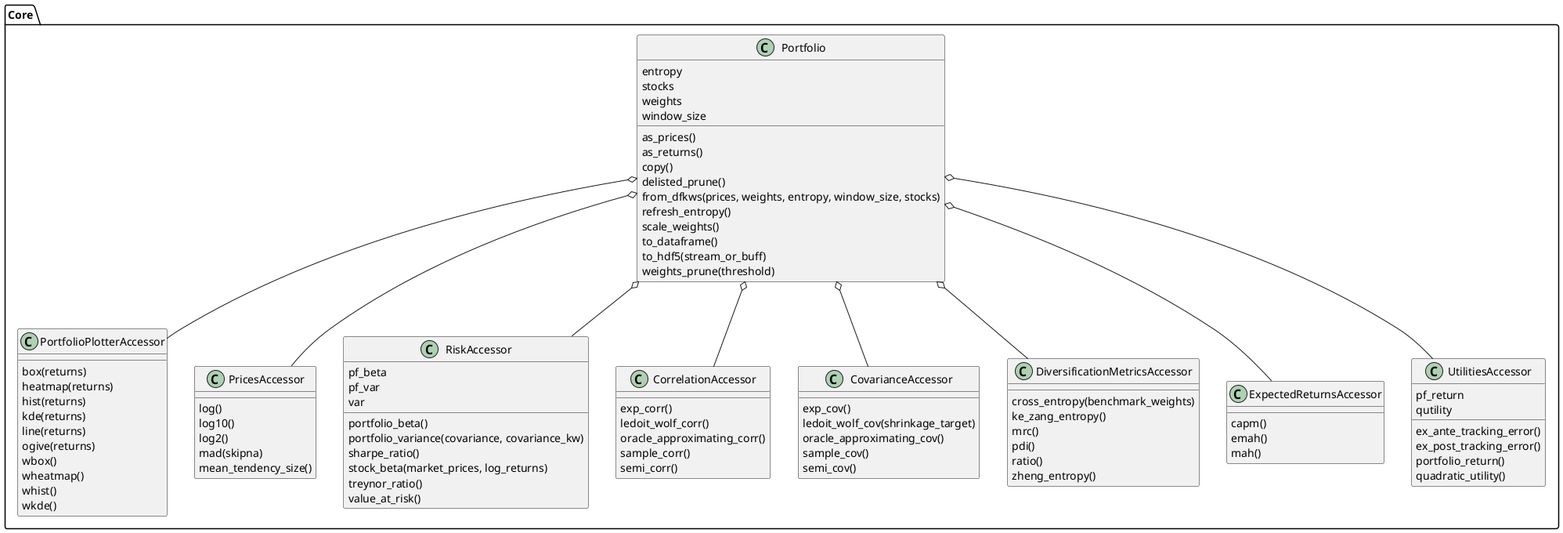
Earlier version of the PlantUML export assets/diagrams/classes_core.png (quatrope/garpar).
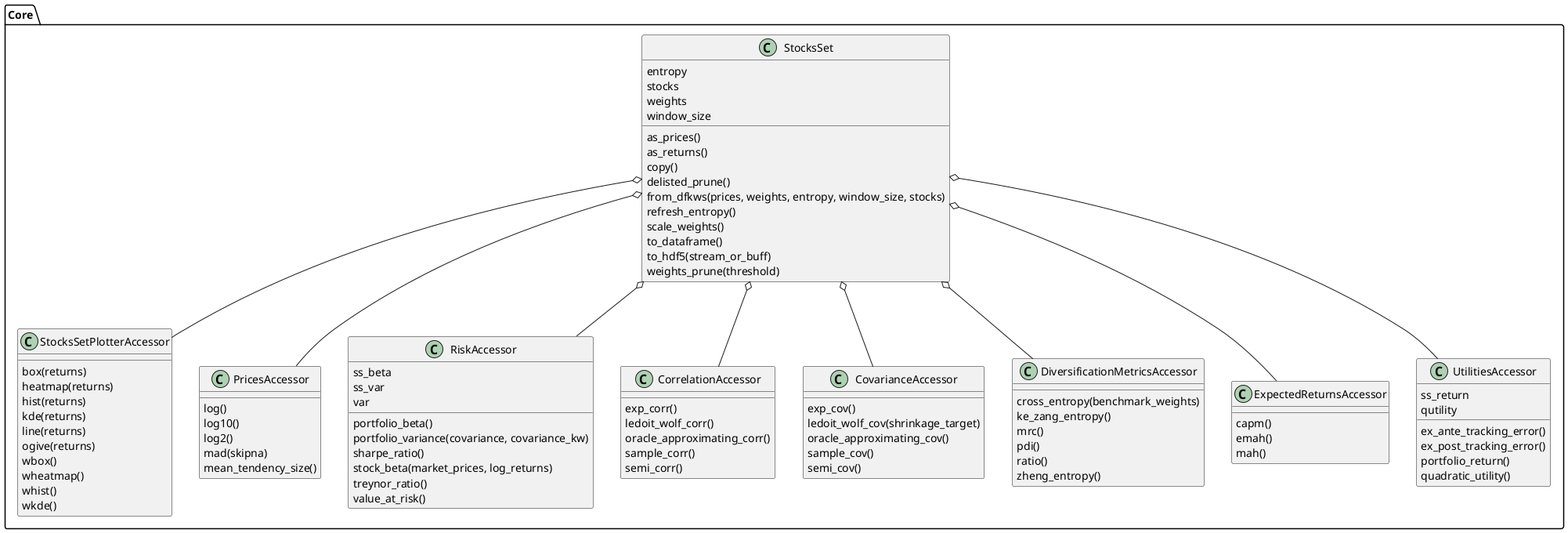
After the change.

Change to the diagram source:
```diff
@@ -2,7 +2,7 @@
 set namespaceSeparator none
 package Core{
 
-  class "Portfolio" as garpar.core.portfolio.Portfolio {
+  class "StocksSet" as garpar.core.portfolio.StocksSet {
     entropy
     stocks
     weights
@@ -18,7 +18,7 @@
     to_hdf5(stream_or_buff)
     weights_prune(threshold)
   }
-  class "PortfolioPlotterAccessor" as garpar.core.plot_acc.PortfolioPlotterAccessor {
+  class "StocksSetPlotterAccessor" as garpar.core.plot_acc.StocksSetPlotterAccessor {
     box(returns)
     heatmap(returns)
     hist(returns)
@@ -38,8 +38,8 @@
     mean_tendency_size()
   }
   class "RiskAccessor" as garpar.core.risk_acc.RiskAccessor {
-    pf_beta
-    pf_var
+    ss_beta
+    ss_var
     var
     portfolio_beta()
     portfolio_variance(covariance, covariance_kw)
@@ -76,7 +76,7 @@
     mah()
   }
   class "UtilitiesAccessor" as garpar.core.utilities_acc.UtilitiesAccessor {
-    pf_return
+    ss_return
     qutility
     ex_ante_tracking_error()
     ex_post_tracking_error()
@@ -85,13 +85,13 @@
   }
 }
 
-garpar.core.portfolio.Portfolio o-- garpar.core.div_acc.DiversificationMetricsAccessor
-garpar.core.portfolio.Portfolio o-- garpar.core.plot_acc.PortfolioPlotterAccessor
-garpar.core.portfolio.Portfolio o-- garpar.core.risk_acc.RiskAccessor
-garpar.core.portfolio.Portfolio o-- garpar.core.prices_acc.PricesAccessor
-garpar.core.portfolio.Portfolio o-- garpar.core.covcorr_acc.CovarianceAccessor
-garpar.core.portfolio.Portfolio o-- garpar.core.covcorr_acc.CorrelationAccessor
-garpar.core.portfolio.Portfolio o-- garpar.core.ereturns_acc.ExpectedReturnsAccessor
-garpar.core.portfolio.Portfolio o-- garpar.core.utilities_acc.UtilitiesAccessor
+garpar.core.portfolio.StocksSet o-- garpar.core.div_acc.DiversificationMetricsAccessor
+garpar.core.portfolio.StocksSet o-- garpar.core.plot_acc.StocksSetPlotterAccessor
+garpar.core.portfolio.StocksSet o-- garpar.core.risk_acc.RiskAccessor
+garpar.core.portfolio.StocksSet o-- garpar.core.prices_acc.PricesAccessor
+garpar.core.portfolio.StocksSet o-- garpar.core.covcorr_acc.CovarianceAccessor
+garpar.core.portfolio.StocksSet o-- garpar.core.covcorr_acc.CorrelationAccessor
+garpar.core.portfolio.StocksSet o-- garpar.core.ereturns_acc.ExpectedReturnsAccessor
+garpar.core.portfolio.StocksSet o-- garpar.core.utilities_acc.UtilitiesAccessor
 
 @enduml
```
